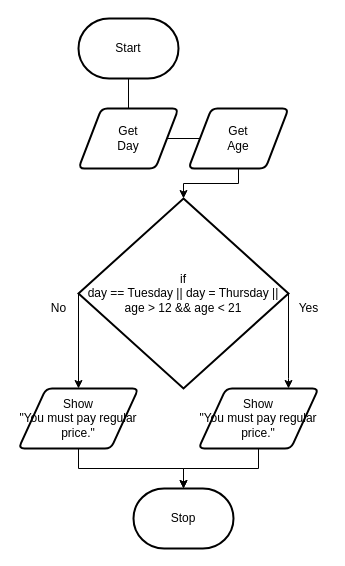
Before: design/flowchart.drawio in MTHS-ICD2O-1-2023/ICD2O-Unit-5-04-nathan-desilva, a draw.io diagram. Source tidied: cells renumbered, new cells numbered last; positions are measured from the earlier drawing's top-left corner, leaving out a move shared by most shapes. Both pictures are drawn from the tidied source at 100%, with x=0, y=0 at pixel (18, 18).
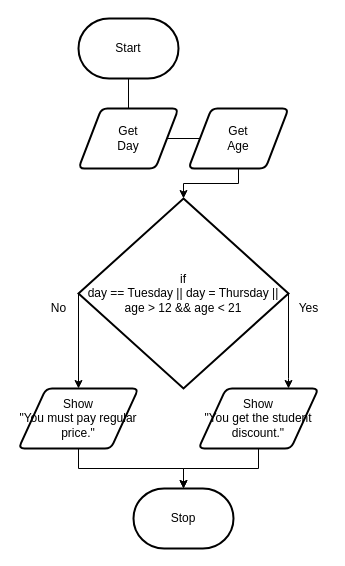
After the change.

Change to the diagram source:
```diff
@@
-    <mxCell id="13" value="Show&lt;br&gt;&quot;You must pay regular price.&quot;" style="shape=parallelogram;html=1;strokeWidth=2;perimeter=parallelogramPerimeter;whiteSpace=wrap;rounded=1;arcSize=12;size=0.23;" parent="1" vertex="1">
+    <mxCell id="13" value="Show&lt;br&gt;&quot;You get the student discount.&quot;" style="shape=parallelogram;html=1;strokeWidth=2;perimeter=parallelogramPerimeter;whiteSpace=wrap;rounded=1;arcSize=12;size=0.23;" parent="1" vertex="1">
       <mxGeometry x="180" y="370" width="120" height="60" as="geometry" />
     </mxCell>
```
